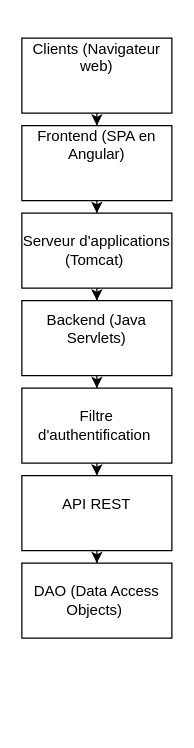
The draw.io diagram Shchema-technique-fonctionnel.drawio in Thibisault/Projet-8-diagrammes, before the edit. Source tidied: cells renumbered, new cells numbered last; positions are measured from the earlier drawing's top-left corner, leaving out a move shared by most shapes. Both pictures are drawn from the tidied source at 125%, with x=0, y=0 at pixel (21, 38).
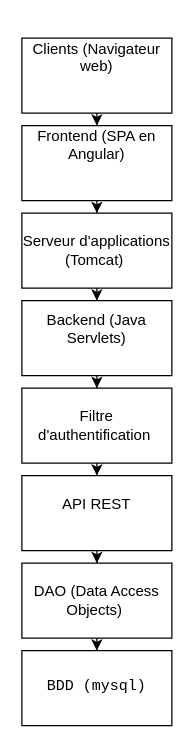
Above is the later version.

Commit message (it also covers changes not shown here):
Mettre à jour Shchema-technique-fonctionnel.drawio

What changed in the source:
```diff
@@
 <mxGraphModel>
   <root>
     <mxCell id="0" />
     <mxCell id="1" parent="0" />
     <mxCell id="2" style="edgeStyle=orthogonalEdgeStyle;rounded=0;jettySize=auto;html=1;exitX=0.5;exitY=1;exitDx=0;exitDy=0;" parent="1" edge="1" source="3" target="5">
       <mxGeometry relative="1" as="geometry" />
     </mxCell>
     <mxCell id="3" value="&#10;Clients (Navigateur web)&#10;&#10;&#10;" style="whiteSpace=wrap;html=1;" parent="1" vertex="1">
       <mxGeometry width="120" height="60" as="geometry" />
     </mxCell>
     <mxCell id="4" style="edgeStyle=orthogonalEdgeStyle;rounded=0;jettySize=auto;html=1;" parent="1" edge="1" source="5" target="7">
       <mxGeometry relative="1" as="geometry" />
     </mxCell>
     <mxCell id="5" value="&#10;Frontend (SPA en Angular)&#10;&#10;&#10;" style="whiteSpace=wrap;html=1;" parent="1" vertex="1">
       <mxGeometry y="70" width="120" height="60" as="geometry" />
     </mxCell>
     <mxCell id="6" style="edgeStyle=orthogonalEdgeStyle;rounded=0;jettySize=auto;html=1;" parent="1" edge="1" source="7" target="9">
       <mxGeometry relative="1" as="geometry" />
     </mxCell>
     <mxCell id="7" value="Serveur d'applications (Tomcat)&amp;nbsp;" style="whiteSpace=wrap;html=1;" parent="1" vertex="1">
       <mxGeometry y="140" width="120" height="60" as="geometry" />
     </mxCell>
     <mxCell id="8" style="edgeStyle=orthogonalEdgeStyle;rounded=0;jettySize=auto;html=1;" parent="1" edge="1" source="9" target="11">
       <mxGeometry relative="1" as="geometry" />
     </mxCell>
     <mxCell id="9" value="Backend (Java Servlets)&lt;div&gt;&lt;br/&gt;&lt;/div&gt;" style="whiteSpace=wrap;html=1;" parent="1" vertex="1">
       <mxGeometry y="210" width="120" height="60" as="geometry" />
     </mxCell>
     <mxCell id="10" style="edgeStyle=orthogonalEdgeStyle;rounded=0;jettySize=auto;html=1;" parent="1" edge="1" source="11" target="13">
       <mxGeometry relative="1" as="geometry" />
     </mxCell>
     <mxCell id="11" value="&lt;div&gt;Filtre d'authentification&amp;nbsp;&lt;br&gt;&lt;/div&gt;" style="whiteSpace=wrap;html=1;" parent="1" vertex="1">
       <mxGeometry y="280" width="120" height="60" as="geometry" />
     </mxCell>
     <mxCell id="12" style="edgeStyle=orthogonalEdgeStyle;rounded=0;jettySize=auto;html=1;" parent="1" edge="1" source="13" target="14">
       <mxGeometry relative="1" as="geometry" />
     </mxCell>
     <mxCell id="13" value="&lt;div&gt;API REST&lt;br/&gt;&lt;br&gt;&lt;/div&gt;" style="whiteSpace=wrap;html=1;" parent="1" vertex="1">
       <mxGeometry y="350" width="120" height="60" as="geometry" />
     </mxCell>
+    <mxCell id="15" style="edgeStyle=orthogonalEdgeStyle;rounded=0;jettySize=auto;html=1;" parent="1" edge="1" source="14" target="16">
+      <mxGeometry relative="1" as="geometry" />
+    </mxCell>
     <mxCell id="14" value="&lt;div&gt;DAO (Data Access Objects)&amp;nbsp;&lt;br&gt;&lt;/div&gt;" style="whiteSpace=wrap;html=1;" parent="1" vertex="1">
       <mxGeometry y="420" width="120" height="60" as="geometry" />
     </mxCell>
+    <mxCell id="16" value="&lt;div&gt;&lt;pre&gt;&lt;div class=&quot;dark bg-gray-950 rounded-md border-[0.5px] border-token-border-medium&quot;&gt;&lt;div dir=&quot;ltr&quot; class=&quot;overflow-y-auto p-4&quot;&gt;&lt;code class=&quot;!whitespace-pre hljs language-plaintext&quot;&gt;BDD (mysql)&lt;br&gt;&lt;/code&gt;&lt;/div&gt;&lt;/div&gt;&lt;/pre&gt;&lt;h3&gt;&lt;/h3&gt;&lt;/div&gt;" style="whiteSpace=wrap;html=1;" parent="1" vertex="1">
+      <mxGeometry y="490" width="120" height="60" as="geometry" />
+    </mxCell>
   </root>
 </mxGraphModel>
```
